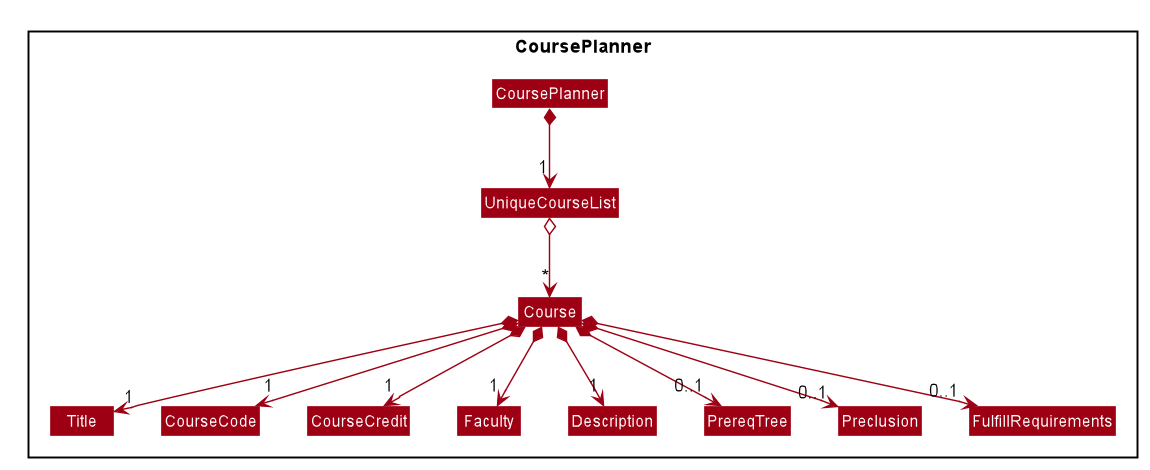
Above: docs/images/ModelCoursePlannerClassDiagram.png in nus-cs2103-AY1920S1/addressbook-level3 (PlantUML), before the change.
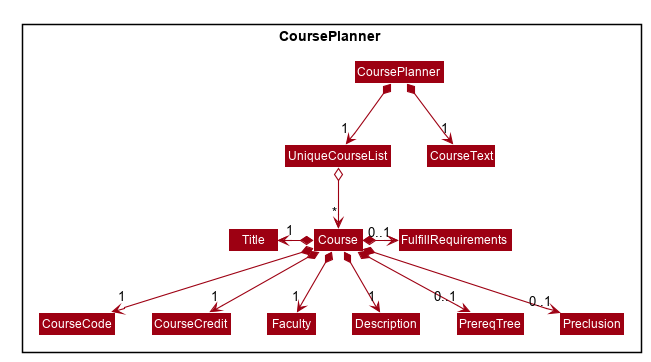
The same file after the commit.

The edit, as a diff of the source:
```diff
@@ -55,6 +55,7 @@
     Class CoursePlanner
     Class UniqueCourseList
     Class Course
+    Class CourseText
 
     Class Title
     Class CourseCode
@@ -66,14 +67,15 @@
     Class FulfillRequirements
 }
 
-Course *--> "1" Title
+Course *-left-> "1" Title
 Course *--> "1" CourseCode
 Course *--> "1" CourseCredit
 Course *--> "1" Faculty
 Course *--> "1" Description
 Course *--> "0..1" PrereqTree
 Course *--> "0..1" Preclusion
-Course *--> "0..1" FulfillRequirements
+Course *-right-> "0..1" FulfillRequirements
 UniqueCourseList o--> "*" Course
 CoursePlanner *--> "1" UniqueCourseList
+CoursePlanner *--> "1" CourseText
 @enduml
```
